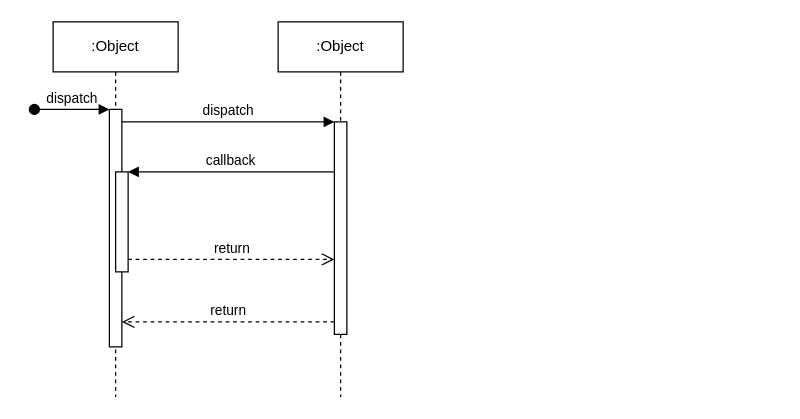
Above: Diagrama sin título.drawio in x0Nico/Ejercicios-de-Estudio (draw.io), before the change. Source tidied: cells renumbered, new cells numbered last; positions are measured from the earlier drawing's top-left corner, leaving out a move shared by most shapes. Both pictures are drawn from the tidied source at 125%, with x=0, y=0 at pixel (34, 21).
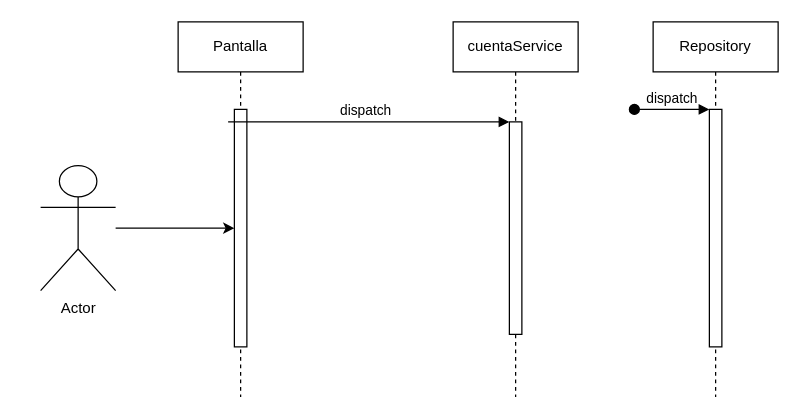
Above is the later version.

Commit message:
diagrama de secuencia

Diff of the diagram source:
```diff
@@
 <mxGraphModel>
   <root>
     <mxCell id="0" />
     <mxCell id="1" parent="0" />
-    <mxCell id="2" value=":Object" style="shape=umlLifeline;perimeter=lifelinePerimeter;whiteSpace=wrap;html=1;newEdgeStyle={&quot;edgeStyle&quot;:&quot;elbowEdgeStyle&quot;,&quot;elbow&quot;:&quot;vertical&quot;,&quot;curved&quot;:0,&quot;rounded&quot;:0};" parent="1" vertex="1">
-      <mxGeometry x="15" width="100" height="300" as="geometry" />
+    <mxCell id="2" value="Pantalla" style="shape=umlLifeline;perimeter=lifelinePerimeter;whiteSpace=wrap;html=1;newEdgeStyle={&quot;edgeStyle&quot;:&quot;elbowEdgeStyle&quot;,&quot;elbow&quot;:&quot;vertical&quot;,&quot;curved&quot;:0,&quot;rounded&quot;:0};" parent="1" vertex="1">
+      <mxGeometry x="115" width="100" height="300" as="geometry" />
     </mxCell>
     <mxCell id="3" style="html=1;points=[];perimeter=orthogonalPerimeter;outlineConnect=0;targetShapes=umlLifeline;portConstraint=eastwest;newEdgeStyle={&quot;edgeStyle&quot;:&quot;elbowEdgeStyle&quot;,&quot;elbow&quot;:&quot;vertical&quot;,&quot;curved&quot;:0,&quot;rounded&quot;:0};" parent="2" vertex="1">
       <mxGeometry x="45" y="70" width="10" height="190" as="geometry" />
     </mxCell>
-    <mxCell id="4" value="dispatch" style="html=1;verticalAlign=bottom;startArrow=oval;endArrow=block;startSize=8;edgeStyle=elbowEdgeStyle;elbow=vertical;curved=0;rounded=0;" parent="2" edge="1" target="3">
-      <mxGeometry relative="1" as="geometry">
-        <mxPoint x="-15" y="70" as="sourcePoint" />
-      </mxGeometry>
-    </mxCell>
-    <mxCell id="5" style="html=1;points=[];perimeter=orthogonalPerimeter;outlineConnect=0;targetShapes=umlLifeline;portConstraint=eastwest;newEdgeStyle={&quot;edgeStyle&quot;:&quot;elbowEdgeStyle&quot;,&quot;elbow&quot;:&quot;vertical&quot;,&quot;curved&quot;:0,&quot;rounded&quot;:0};" parent="2" vertex="1">
-      <mxGeometry x="50" y="120" width="10" height="80" as="geometry" />
-    </mxCell>
-    <mxCell id="6" value=":Object" style="shape=umlLifeline;perimeter=lifelinePerimeter;whiteSpace=wrap;html=1;newEdgeStyle={&quot;edgeStyle&quot;:&quot;elbowEdgeStyle&quot;,&quot;elbow&quot;:&quot;vertical&quot;,&quot;curved&quot;:0,&quot;rounded&quot;:0};" parent="1" vertex="1">
-      <mxGeometry x="195" width="100" height="300" as="geometry" />
+    <mxCell id="6" value="cuentaService" style="shape=umlLifeline;perimeter=lifelinePerimeter;whiteSpace=wrap;html=1;newEdgeStyle={&quot;edgeStyle&quot;:&quot;elbowEdgeStyle&quot;,&quot;elbow&quot;:&quot;vertical&quot;,&quot;curved&quot;:0,&quot;rounded&quot;:0};" parent="1" vertex="1">
+      <mxGeometry x="335" width="100" height="300" as="geometry" />
     </mxCell>
     <mxCell id="7" style="html=1;points=[];perimeter=orthogonalPerimeter;outlineConnect=0;targetShapes=umlLifeline;portConstraint=eastwest;newEdgeStyle={&quot;edgeStyle&quot;:&quot;elbowEdgeStyle&quot;,&quot;elbow&quot;:&quot;vertical&quot;,&quot;curved&quot;:0,&quot;rounded&quot;:0};" parent="6" vertex="1">
       <mxGeometry x="45" y="80" width="10" height="170" as="geometry" />
     </mxCell>
     <mxCell id="8" value="dispatch" style="html=1;verticalAlign=bottom;endArrow=block;edgeStyle=elbowEdgeStyle;elbow=vertical;curved=0;rounded=0;" parent="1" edge="1" source="3" target="7">
       <mxGeometry relative="1" as="geometry">
         <Array as="points">
           <mxPoint x="155" y="80" />
         </Array>
       </mxGeometry>
     </mxCell>
-    <mxCell id="9" value="return" style="html=1;verticalAlign=bottom;endArrow=open;dashed=1;endSize=8;edgeStyle=elbowEdgeStyle;elbow=vertical;curved=0;rounded=0;" parent="1" edge="1" source="7" target="3">
-      <mxGeometry relative="1" as="geometry">
-        <Array as="points">
-          <mxPoint x="165" y="240" />
-        </Array>
-      </mxGeometry>
-    </mxCell>
-    <mxCell id="10" value="callback" style="html=1;verticalAlign=bottom;endArrow=block;edgeStyle=elbowEdgeStyle;elbow=vertical;curved=0;rounded=0;" parent="1" edge="1" source="7" target="5">
-      <mxGeometry relative="1" as="geometry">
-        <Array as="points">
-          <mxPoint x="165" y="120" />
-        </Array>
-      </mxGeometry>
-    </mxCell>
-    <mxCell id="11" value="return" style="html=1;verticalAlign=bottom;endArrow=open;dashed=1;endSize=8;edgeStyle=elbowEdgeStyle;elbow=vertical;curved=0;rounded=0;" parent="1" edge="1" source="5" target="7">
-      <mxGeometry relative="1" as="geometry">
-        <Array as="points">
-          <mxPoint x="155" y="190" />
-        </Array>
-      </mxGeometry>
-    </mxCell>
+    <mxCell id="12" value="Repository" style="shape=umlLifeline;perimeter=lifelinePerimeter;whiteSpace=wrap;html=1;newEdgeStyle={&quot;edgeStyle&quot;:&quot;elbowEdgeStyle&quot;,&quot;elbow&quot;:&quot;vertical&quot;,&quot;curved&quot;:0,&quot;rounded&quot;:0};" parent="1" vertex="1">
+      <mxGeometry x="495" width="100" height="300" as="geometry" />
+    </mxCell>
+    <mxCell id="13" style="html=1;points=[];perimeter=orthogonalPerimeter;outlineConnect=0;targetShapes=umlLifeline;portConstraint=eastwest;newEdgeStyle={&quot;edgeStyle&quot;:&quot;elbowEdgeStyle&quot;,&quot;elbow&quot;:&quot;vertical&quot;,&quot;curved&quot;:0,&quot;rounded&quot;:0};" parent="12" vertex="1">
+      <mxGeometry x="45" y="70" width="10" height="190" as="geometry" />
+    </mxCell>
+    <mxCell id="4" value="dispatch" style="html=1;verticalAlign=bottom;startArrow=oval;endArrow=block;startSize=8;edgeStyle=elbowEdgeStyle;elbow=vertical;curved=0;rounded=0;" parent="12" edge="1" target="13">
+      <mxGeometry relative="1" as="geometry">
+        <mxPoint x="-15" y="70" as="sourcePoint" />
+      </mxGeometry>
+    </mxCell>
+    <mxCell id="14" style="edgeStyle=orthogonalEdgeStyle;rounded=0;jettySize=auto;html=1;" parent="1" edge="1" source="15" target="3">
+      <mxGeometry relative="1" as="geometry" />
+    </mxCell>
+    <mxCell id="15" value="Actor" style="shape=umlActor;verticalLabelPosition=bottom;verticalAlign=top;html=1;outlineConnect=0;" parent="1" vertex="1">
+      <mxGeometry x="5" y="115" width="60" height="100" as="geometry" />
+    </mxCell>
   </root>
 </mxGraphModel>
```
